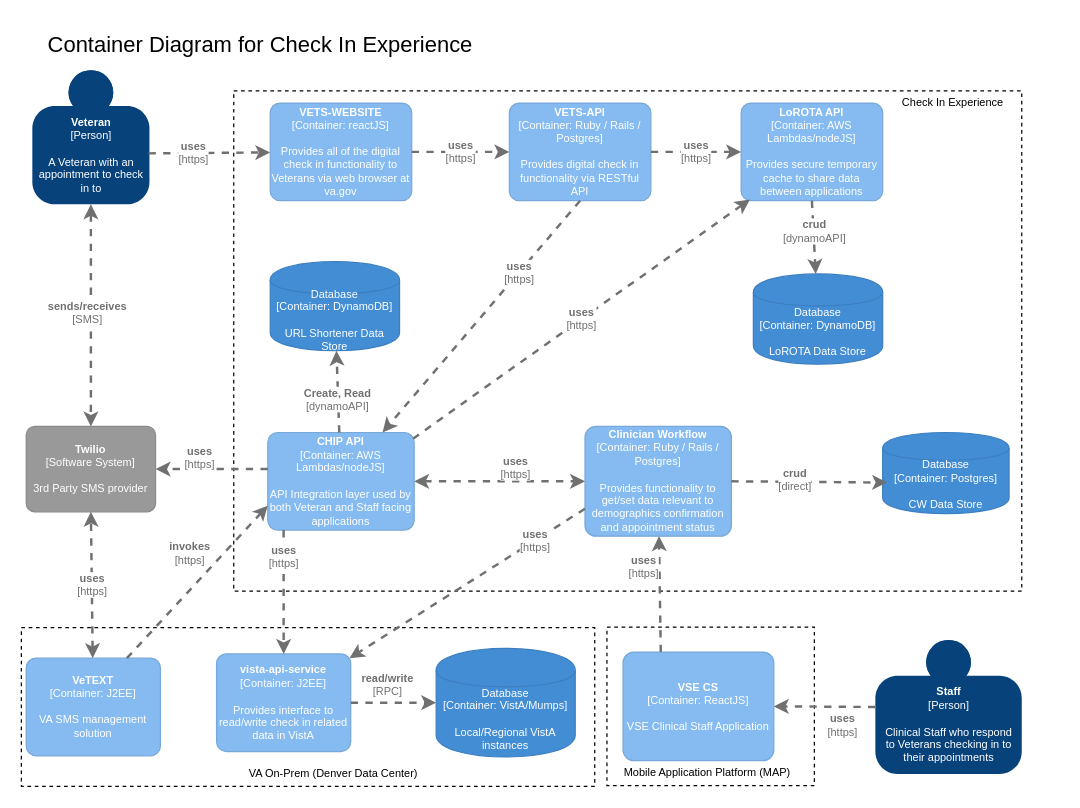
department-of-veterans-affairs/va.gov-team keeps this draw.io diagram as page "container-diagram" (1 of 2) of products/health-care/checkin/engineering/architecture-diagrams/containerDiagram_checkInExp.drawio. Above is the earlier version. Source tidied: cells renumbered, new cells numbered last; positions are measured from the earlier drawing's top-left corner, leaving out a move shared by most shapes. Both pictures are drawn from the tidied source at 122%, with x=0, y=0 at pixel (21, 21).
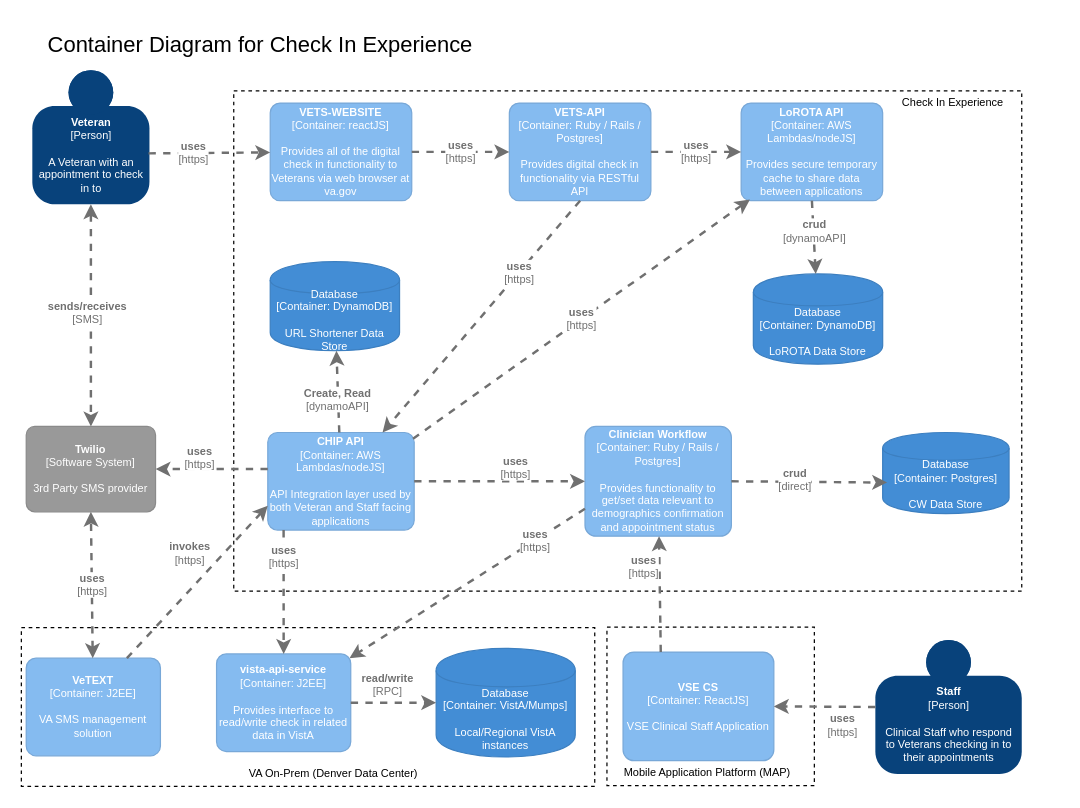
The same diagram, later.

Commit message (it also covers changes not shown here):
remove CW dependency on CHIP

Unchanged cells that the change refers to:
```xml
<object id="10" label="&lt;b style=&quot;font-size: 9px;&quot;&gt;%c4Name%&lt;/b&gt;&lt;div style=&quot;font-size: 9px;&quot;&gt;[%c4Type%: %c4Technology%]&lt;/div&gt;&lt;br style=&quot;font-size: 9px;&quot;&gt;&lt;div style=&quot;font-size: 9px;&quot;&gt;%c4Description%&lt;/div&gt;" c4Description="API Integration layer used by both Veteran and Staff facing applications" c4Name="CHIP API" c4Technology="AWS Lambdas/nodeJS" c4Type="Container" placeholders="1">
  <mxCell style="rounded=1;whiteSpace=wrap;html=1;labelBackgroundColor=none;fillColor=#85BBF0;fontColor=#ffffff;align=center;arcSize=10;strokeColor=#78A8D8;metaData={&quot;c4Type&quot;:{&quot;editable&quot;:false}};points=[[0.25,0,0],[0.5,0,0],[0.75,0,0],[1,0.25,0],[1,0.5,0],[1,0.75,0],[0.75,1,0],[0.5,1,0],[0.25,1,0],[0,0.75,0],[0,0.5,0],[0,0.25,0]];fontSize=9;" parent="1" vertex="1">
    <mxGeometry x="202" y="337" width="120" height="80" as="geometry" />
  </mxCell>
</object>
<object id="31" label="&lt;b style=&quot;font-size: 9px;&quot;&gt;%c4Name%&lt;/b&gt;&lt;div style=&quot;font-size: 9px;&quot;&gt;[%c4Type%: %c4Technology%]&lt;/div&gt;&lt;br style=&quot;font-size: 9px;&quot;&gt;&lt;div style=&quot;font-size: 9px;&quot;&gt;%c4Description%&lt;/div&gt;" c4Description="Provides functionality to get/set data relevant to demographics confirmation and appointment status" c4Name="Clinician Workflow" c4Technology="Ruby / Rails / Postgres" c4Type="Container" placeholders="1">
  <mxCell style="rounded=1;whiteSpace=wrap;html=1;labelBackgroundColor=none;fillColor=#85BBF0;fontColor=#ffffff;align=center;arcSize=10;strokeColor=#78A8D8;metaData={&quot;c4Type&quot;:{&quot;editable&quot;:false}};points=[[0.25,0,0],[0.5,0,0],[0.75,0,0],[1,0.25,0],[1,0.5,0],[1,0.75,0],[0.75,1,0],[0.5,1,0],[0.25,1,0],[0,0.75,0],[0,0.5,0],[0,0.25,0]];fontSize=9;" parent="1" vertex="1">
    <mxGeometry x="462" y="332" width="120" height="90" as="geometry" />
  </mxCell>
</object>
```

Diff of the diagram source:
```diff
@@
     <object id="32" label="&lt;div style=&quot;text-align: left; font-size: 9px;&quot;&gt;&lt;div style=&quot;text-align: center; font-size: 9px;&quot;&gt;&lt;b style=&quot;font-size: 9px;&quot;&gt;%c4Description%&lt;/b&gt;&lt;/div&gt;&lt;div style=&quot;text-align: center; font-size: 9px;&quot;&gt;[%c4Technology%]&lt;/div&gt;&lt;/div&gt;" c4Description="uses" c4Technology="https" placeholders="1">
-      <mxCell style="edgeStyle=none;rounded=0;html=1;jettySize=auto;strokeColor=#707070;strokeWidth=2;fontColor=#707070;jumpStyle=none;dashed=1;metaData={&quot;c4Type&quot;:{&quot;editable&quot;:false}};entryX=0;entryY=0.5;entryDx=0;entryDy=0;entryPerimeter=0;exitX=1;exitY=0.5;exitDx=0;exitDy=0;exitPerimeter=0;fontSize=9;startArrow=classic;startFill=1;" parent="1" edge="1" source="10" target="31">
+      <mxCell style="edgeStyle=none;rounded=0;html=1;jettySize=auto;strokeColor=#707070;strokeWidth=2;fontColor=#707070;jumpStyle=none;dashed=1;metaData={&quot;c4Type&quot;:{&quot;editable&quot;:false}};entryX=0;entryY=0.5;entryDx=0;entryDy=0;entryPerimeter=0;exitX=1;exitY=0.5;exitDx=0;exitDy=0;exitPerimeter=0;fontSize=9;startArrow=none;startFill=0;" parent="1" edge="1" source="10" target="31">
         <mxGeometry x="0.18" y="11" relative="1" as="geometry" />
       </mxCell>
     </object>
```
